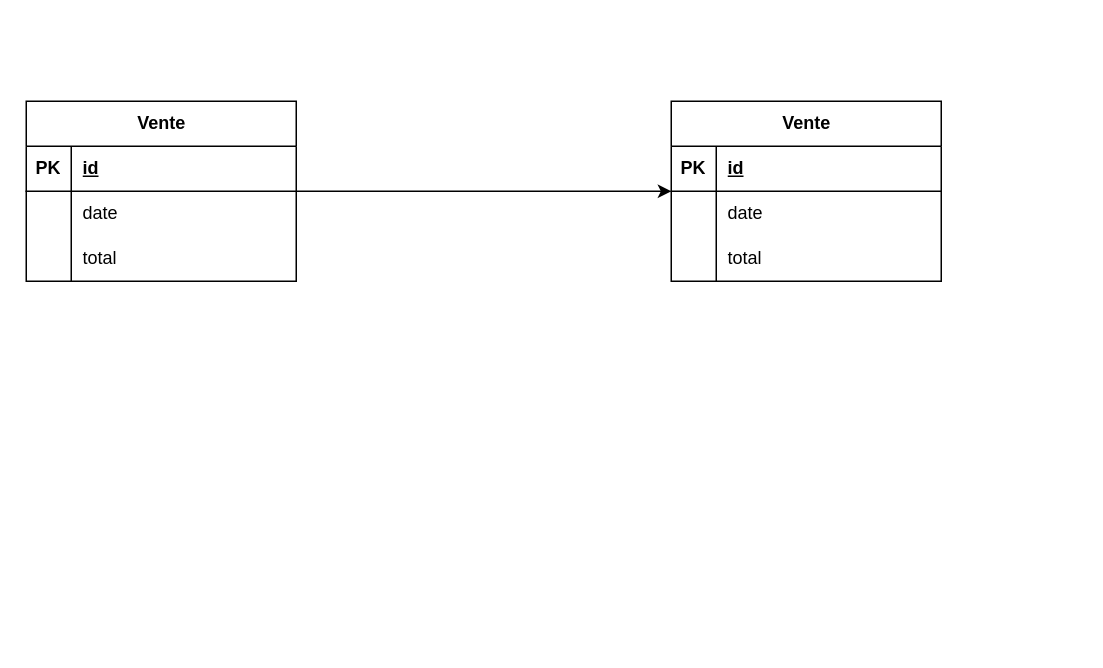
This is docs/mcd.drawio from bizkda/store-manager, a draw.io file, before an edit. Source tidied: cells renumbered, new cells numbered last; positions are measured from the earlier drawing's top-left corner, leaving out a move shared by most shapes. Both pictures are drawn from the tidied source at 150%, with x=0, y=0 at pixel (26, 100).
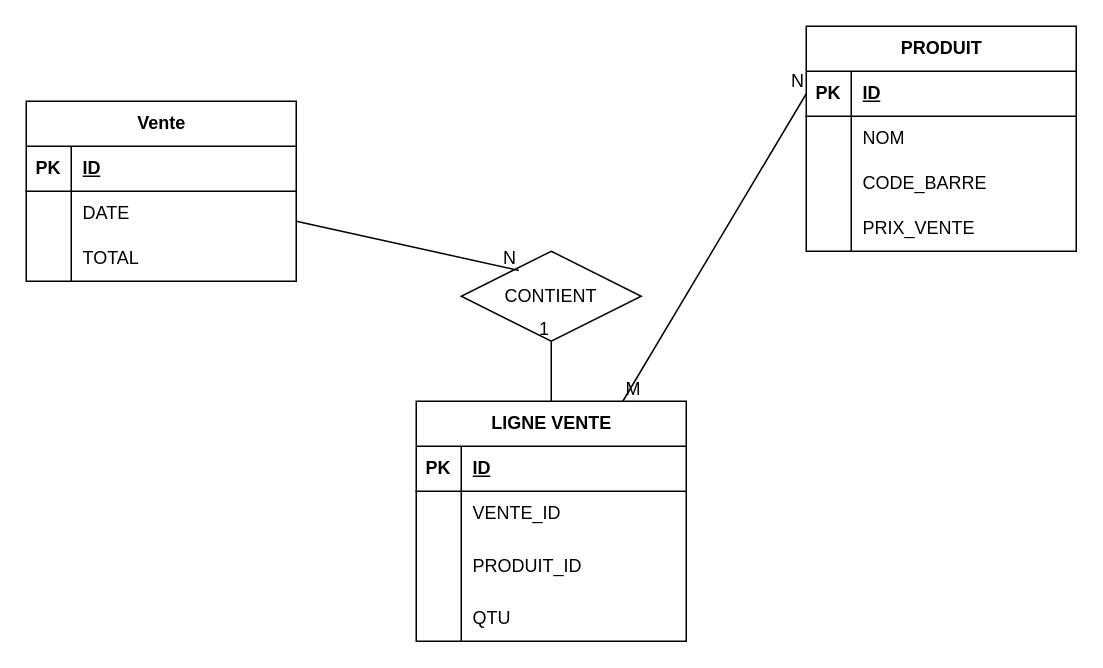
After the change.

Commit message:
simpel things in the mcd

The change refers to these unchanged cells:
```xml
<mxCell id="3" value="Vente" style="shape=table;startSize=30;childLayout=tableLayout;rowLines=0;fontStyle=1;align=center;html=1;" parent="1" vertex="1">
  <mxGeometry width="180" height="120" as="geometry" />
</mxCell>
<mxCell id="4" style="shape=tableRow;horizontal=0;startSize=0;swimlaneHead=0;swimlaneBody=0;fillColor=none;top=0;left=0;right=0;bottom=1;" parent="3" vertex="1">
  <mxGeometry y="30" width="180" height="30" as="geometry" />
</mxCell>
<mxCell id="7" style="shape=tableRow;horizontal=0;startSize=0;swimlaneHead=0;swimlaneBody=0;fillColor=none;top=0;left=0;right=0;bottom=0;" parent="3" vertex="1">
  <mxGeometry y="60" width="180" height="30" as="geometry" />
</mxCell>
<mxCell id="10" style="shape=tableRow;horizontal=0;startSize=0;swimlaneHead=0;swimlaneBody=0;fillColor=none;top=0;left=0;right=0;bottom=0;" parent="3" vertex="1">
  <mxGeometry y="90" width="180" height="30" as="geometry" />
</mxCell>
```

Diff of the diagram source:
```diff
@@
-    <mxCell id="2" style="edgeStyle=none;html=1;" parent="1" edge="1" source="3" target="13">
-      <mxGeometry relative="1" as="geometry" />
-    </mxCell>
@@
-    <mxCell id="6" value="id" style="shape=partialRectangle;fillColor=none;top=0;left=0;bottom=0;right=0;align=left;spacingLeft=6;fontStyle=5;overflow=hidden;whiteSpace=wrap;html=1;" parent="4" vertex="1">
+    <mxCell id="6" value="ID" style="shape=partialRectangle;fillColor=none;top=0;left=0;bottom=0;right=0;align=left;spacingLeft=6;fontStyle=5;overflow=hidden;whiteSpace=wrap;html=1;" parent="4" vertex="1">
       <mxGeometry x="30" width="150" height="30" as="geometry" />
     </mxCell>
@@
-    <mxCell id="9" value="date" style="shape=partialRectangle;fillColor=none;top=0;left=0;bottom=0;right=0;align=left;spacingLeft=6;overflow=hidden;whiteSpace=wrap;html=1;" parent="7" vertex="1">
+    <mxCell id="9" value="DATE" style="shape=partialRectangle;fillColor=none;top=0;left=0;bottom=0;right=0;align=left;spacingLeft=6;overflow=hidden;whiteSpace=wrap;html=1;" parent="7" vertex="1">
       <mxGeometry x="30" width="150" height="30" as="geometry" />
     </mxCell>
@@
-    <mxCell id="12" value="total" style="shape=partialRectangle;fillColor=none;top=0;left=0;bottom=0;right=0;align=left;spacingLeft=6;overflow=hidden;whiteSpace=wrap;html=1;" parent="10" vertex="1">
+    <mxCell id="12" value="TOTAL" style="shape=partialRectangle;fillColor=none;top=0;left=0;bottom=0;right=0;align=left;spacingLeft=6;overflow=hidden;whiteSpace=wrap;html=1;" parent="10" vertex="1">
       <mxGeometry x="30" width="150" height="30" as="geometry" />
     </mxCell>
-    <mxCell id="13" value="Vente" style="shape=table;startSize=30;childLayout=tableLayout;rowLines=0;fontStyle=1;align=center;html=1;" parent="1" vertex="1">
-      <mxGeometry x="430" width="180" height="120" as="geometry" />
-    </mxCell>
-    <mxCell id="14" style="shape=tableRow;horizontal=0;startSize=0;swimlaneHead=0;swimlaneBody=0;fillColor=none;top=0;left=0;right=0;bottom=1;" parent="13" vertex="1">
-      <mxGeometry y="30" width="180" height="30" as="geometry" />
-    </mxCell>
-    <mxCell id="15" value="PK" style="shape=partialRectangle;fillColor=none;top=0;left=0;bottom=0;right=0;fontStyle=1;overflow=hidden;whiteSpace=wrap;html=1;" parent="14" vertex="1">
-      <mxGeometry width="30" height="30" as="geometry" />
-    </mxCell>
-    <mxCell id="16" value="id" style="shape=partialRectangle;fillColor=none;top=0;left=0;bottom=0;right=0;align=left;spacingLeft=6;fontStyle=5;overflow=hidden;whiteSpace=wrap;html=1;" parent="14" vertex="1">
-      <mxGeometry x="30" width="150" height="30" as="geometry" />
-    </mxCell>
-    <mxCell id="17" style="shape=tableRow;horizontal=0;startSize=0;swimlaneHead=0;swimlaneBody=0;fillColor=none;top=0;left=0;right=0;bottom=0;" parent="13" vertex="1">
-      <mxGeometry y="60" width="180" height="30" as="geometry" />
-    </mxCell>
-    <mxCell id="18" style="shape=partialRectangle;fillColor=none;top=0;left=0;bottom=0;right=0;overflow=hidden;whiteSpace=wrap;html=1;" parent="17" vertex="1">
-      <mxGeometry width="30" height="30" as="geometry" />
-    </mxCell>
-    <mxCell id="19" value="date" style="shape=partialRectangle;fillColor=none;top=0;left=0;bottom=0;right=0;align=left;spacingLeft=6;overflow=hidden;whiteSpace=wrap;html=1;" parent="17" vertex="1">
-      <mxGeometry x="30" width="150" height="30" as="geometry" />
-    </mxCell>
+    <mxCell id="23" value="CONTIENT" style="shape=rhombus;perimeter=rhombusPerimeter;whiteSpace=wrap;html=1;align=center;" parent="1" vertex="1">
+      <mxGeometry x="290" y="100" width="120" height="60" as="geometry" />
+    </mxCell>
+    <mxCell id="24" value="LIGNE VENTE" style="shape=table;startSize=30;childLayout=tableLayout;rowLines=0;fontStyle=1;align=center;html=1;" parent="1" vertex="1">
+      <mxGeometry x="260" y="200" width="180" height="160" as="geometry" />
+    </mxCell>
+    <mxCell id="25" style="shape=tableRow;horizontal=0;startSize=0;swimlaneHead=0;swimlaneBody=0;fillColor=none;top=0;left=0;right=0;bottom=1;" parent="24" vertex="1">
+      <mxGeometry y="30" width="180" height="30" as="geometry" />
+    </mxCell>
+    <mxCell id="26" value="PK" style="shape=partialRectangle;fillColor=none;top=0;left=0;bottom=0;right=0;fontStyle=1;overflow=hidden;whiteSpace=wrap;html=1;" parent="25" vertex="1">
+      <mxGeometry width="30" height="30" as="geometry" />
+    </mxCell>
+    <mxCell id="27" value="ID" style="shape=partialRectangle;fillColor=none;top=0;left=0;bottom=0;right=0;align=left;spacingLeft=6;fontStyle=5;overflow=hidden;whiteSpace=wrap;html=1;" parent="25" vertex="1">
+      <mxGeometry x="30" width="150" height="30" as="geometry" />
+    </mxCell>
+    <mxCell id="28" style="shape=tableRow;horizontal=0;startSize=0;swimlaneHead=0;swimlaneBody=0;fillColor=none;top=0;left=0;right=0;bottom=0;" parent="24" vertex="1">
+      <mxGeometry y="60" width="180" height="30" as="geometry" />
+    </mxCell>
+    <mxCell id="29" style="shape=partialRectangle;fillColor=none;top=0;left=0;bottom=0;right=0;overflow=hidden;whiteSpace=wrap;html=1;" parent="28" vertex="1">
+      <mxGeometry width="30" height="30" as="geometry" />
+    </mxCell>
+    <mxCell id="30" value="VENTE_ID" style="shape=partialRectangle;fillColor=none;top=0;left=0;bottom=0;right=0;align=left;spacingLeft=6;overflow=hidden;whiteSpace=wrap;html=1;" parent="28" vertex="1">
+      <mxGeometry x="30" width="150" height="30" as="geometry" />
+    </mxCell>
+    <mxCell id="31" style="shape=tableRow;horizontal=0;startSize=0;swimlaneHead=0;swimlaneBody=0;fillColor=none;top=0;left=0;right=0;bottom=0;" parent="24" vertex="1">
+      <mxGeometry y="90" width="180" height="40" as="geometry" />
+    </mxCell>
+    <mxCell id="32" style="shape=partialRectangle;fillColor=none;top=0;left=0;bottom=0;right=0;overflow=hidden;whiteSpace=wrap;html=1;" parent="31" vertex="1">
+      <mxGeometry width="30" height="40" as="geometry" />
+    </mxCell>
+    <mxCell id="33" value="PRODUIT_ID" style="shape=partialRectangle;fillColor=none;top=0;left=0;bottom=0;right=0;align=left;spacingLeft=6;overflow=hidden;whiteSpace=wrap;html=1;" parent="31" vertex="1">
+      <mxGeometry x="30" width="150" height="40" as="geometry" />
+    </mxCell>
+    <mxCell id="34" style="shape=tableRow;horizontal=0;startSize=0;swimlaneHead=0;swimlaneBody=0;fillColor=none;top=0;left=0;right=0;bottom=0;" parent="24" vertex="1">
+      <mxGeometry y="130" width="180" height="30" as="geometry" />
+    </mxCell>
+    <mxCell id="35" style="shape=partialRectangle;fillColor=none;top=0;left=0;bottom=0;right=0;overflow=hidden;whiteSpace=wrap;html=1;" parent="34" vertex="1">
+      <mxGeometry width="30" height="30" as="geometry" />
+    </mxCell>
+    <mxCell id="36" value="QTU" style="shape=partialRectangle;fillColor=none;top=0;left=0;bottom=0;right=0;align=left;spacingLeft=6;overflow=hidden;whiteSpace=wrap;html=1;" parent="34" vertex="1">
+      <mxGeometry x="30" width="150" height="30" as="geometry" />
+    </mxCell>
+    <mxCell id="37" style="endArrow=none;html=1;rounded=0;entryX=0.32;entryY=0.213;entryDx=0;entryDy=0;entryPerimeter=0;" parent="1" edge="1" source="3" target="23">
+      <mxGeometry relative="1" as="geometry" />
+    </mxCell>
+    <mxCell id="38" value="N" style="html=1;whiteSpace=wrap;align=right;verticalAlign=bottom;" parent="37" vertex="1">
+      <mxGeometry x="1" relative="1" as="geometry" />
+    </mxCell>
+    <mxCell id="39" style="endArrow=none;html=1;rounded=0;entryX=0.5;entryY=1;entryDx=0;entryDy=0;" parent="1" edge="1" source="24" target="23">
+      <mxGeometry relative="1" as="geometry" />
+    </mxCell>
+    <mxCell id="40" value="1" style="html=1;whiteSpace=wrap;align=right;verticalAlign=bottom;" parent="39" vertex="1">
+      <mxGeometry x="1" relative="1" as="geometry" />
+    </mxCell>
+    <mxCell id="41" value="PRODUIT" style="shape=table;startSize=30;childLayout=tableLayout;rowLines=0;fontStyle=1;align=center;html=1;" parent="1" vertex="1">
+      <mxGeometry x="520" y="-50" width="180" height="150" as="geometry" />
+    </mxCell>
+    <mxCell id="42" style="shape=tableRow;horizontal=0;startSize=0;swimlaneHead=0;swimlaneBody=0;fillColor=none;points=[[0,0.5],[1,0.5]];portConstraint=eastwest;top=0;left=0;right=0;bottom=1;" parent="41" vertex="1">
+      <mxGeometry y="30" width="180" height="30" as="geometry" />
+    </mxCell>
+    <mxCell id="43" value="PK" style="shape=partialRectangle;fillColor=none;top=0;left=0;bottom=0;right=0;fontStyle=1;overflow=hidden;whiteSpace=wrap;html=1;" parent="42" vertex="1">
+      <mxGeometry width="30" height="30" as="geometry" />
+    </mxCell>
+    <mxCell id="44" value="ID" style="shape=partialRectangle;fillColor=none;top=0;left=0;bottom=0;right=0;align=left;spacingLeft=6;fontStyle=5;overflow=hidden;whiteSpace=wrap;html=1;" parent="42" vertex="1">
+      <mxGeometry x="30" width="150" height="30" as="geometry" />
+    </mxCell>
+    <mxCell id="45" style="shape=tableRow;horizontal=0;startSize=0;swimlaneHead=0;swimlaneBody=0;fillColor=none;top=0;left=0;right=0;bottom=0;" parent="41" vertex="1">
+      <mxGeometry y="60" width="180" height="30" as="geometry" />
+    </mxCell>
+    <mxCell id="46" style="shape=partialRectangle;fillColor=none;top=0;left=0;bottom=0;right=0;overflow=hidden;whiteSpace=wrap;html=1;" parent="45" vertex="1">
+      <mxGeometry width="30" height="30" as="geometry" />
+    </mxCell>
+    <mxCell id="47" value="NOM" style="shape=partialRectangle;fillColor=none;top=0;left=0;bottom=0;right=0;align=left;spacingLeft=6;overflow=hidden;whiteSpace=wrap;html=1;" parent="45" vertex="1">
+      <mxGeometry x="30" width="150" height="30" as="geometry" />
+    </mxCell>
-    <mxCell id="20" style="shape=tableRow;horizontal=0;startSize=0;swimlaneHead=0;swimlaneBody=0;fillColor=none;top=0;left=0;right=0;bottom=0;" parent="13" vertex="1">
+    <mxCell id="20" style="shape=tableRow;horizontal=0;startSize=0;swimlaneHead=0;swimlaneBody=0;fillColor=none;top=0;left=0;right=0;bottom=0;" parent="41" vertex="1">
       <mxGeometry y="90" width="180" height="30" as="geometry" />
     </mxCell>
-    <mxCell id="21" style="shape=partialRectangle;fillColor=none;top=0;left=0;bottom=0;right=0;overflow=hidden;whiteSpace=wrap;html=1;" parent="20" vertex="1">
-      <mxGeometry width="30" height="30" as="geometry" />
-    </mxCell>
-    <mxCell id="22" value="total" style="shape=partialRectangle;fillColor=none;top=0;left=0;bottom=0;right=0;align=left;spacingLeft=6;overflow=hidden;whiteSpace=wrap;html=1;" parent="20" vertex="1">
-      <mxGeometry x="30" width="150" height="30" as="geometry" />
-    </mxCell>
+    <mxCell id="48" style="shape=partialRectangle;fillColor=none;top=0;left=0;bottom=0;right=0;overflow=hidden;whiteSpace=wrap;html=1;" parent="20" vertex="1">
+      <mxGeometry width="30" height="30" as="geometry" />
+    </mxCell>
+    <mxCell id="49" value="CODE_BARRE" style="shape=partialRectangle;fillColor=none;top=0;left=0;bottom=0;right=0;align=left;spacingLeft=6;overflow=hidden;whiteSpace=wrap;html=1;" parent="20" vertex="1">
+      <mxGeometry x="30" width="150" height="30" as="geometry" />
+    </mxCell>
+    <mxCell id="50" style="shape=tableRow;horizontal=0;startSize=0;swimlaneHead=0;swimlaneBody=0;fillColor=none;top=0;left=0;right=0;bottom=0;" parent="41" vertex="1">
+      <mxGeometry y="120" width="180" height="30" as="geometry" />
+    </mxCell>
+    <mxCell id="51" style="shape=partialRectangle;fillColor=none;top=0;left=0;bottom=0;right=0;overflow=hidden;whiteSpace=wrap;html=1;" parent="50" vertex="1">
+      <mxGeometry width="30" height="30" as="geometry" />
+    </mxCell>
+    <mxCell id="52" value="PRIX_VENTE" style="shape=partialRectangle;fillColor=none;top=0;left=0;bottom=0;right=0;align=left;spacingLeft=6;overflow=hidden;whiteSpace=wrap;html=1;" parent="50" vertex="1">
+      <mxGeometry x="30" width="150" height="30" as="geometry" />
+    </mxCell>
+    <mxCell id="53" style="endArrow=none;html=1;rounded=0;entryX=0;entryY=0.5;entryDx=0;entryDy=0;" parent="1" edge="1" source="24" target="42">
+      <mxGeometry relative="1" as="geometry" />
+    </mxCell>
+    <mxCell id="54" value="M" style="html=1;whiteSpace=wrap;align=left;verticalAlign=bottom;" parent="53" vertex="1">
+      <mxGeometry x="-1" relative="1" as="geometry" />
+    </mxCell>
+    <mxCell id="55" value="N" style="html=1;whiteSpace=wrap;align=right;verticalAlign=bottom;" parent="53" vertex="1">
+      <mxGeometry x="1" relative="1" as="geometry" />
+    </mxCell>
```
